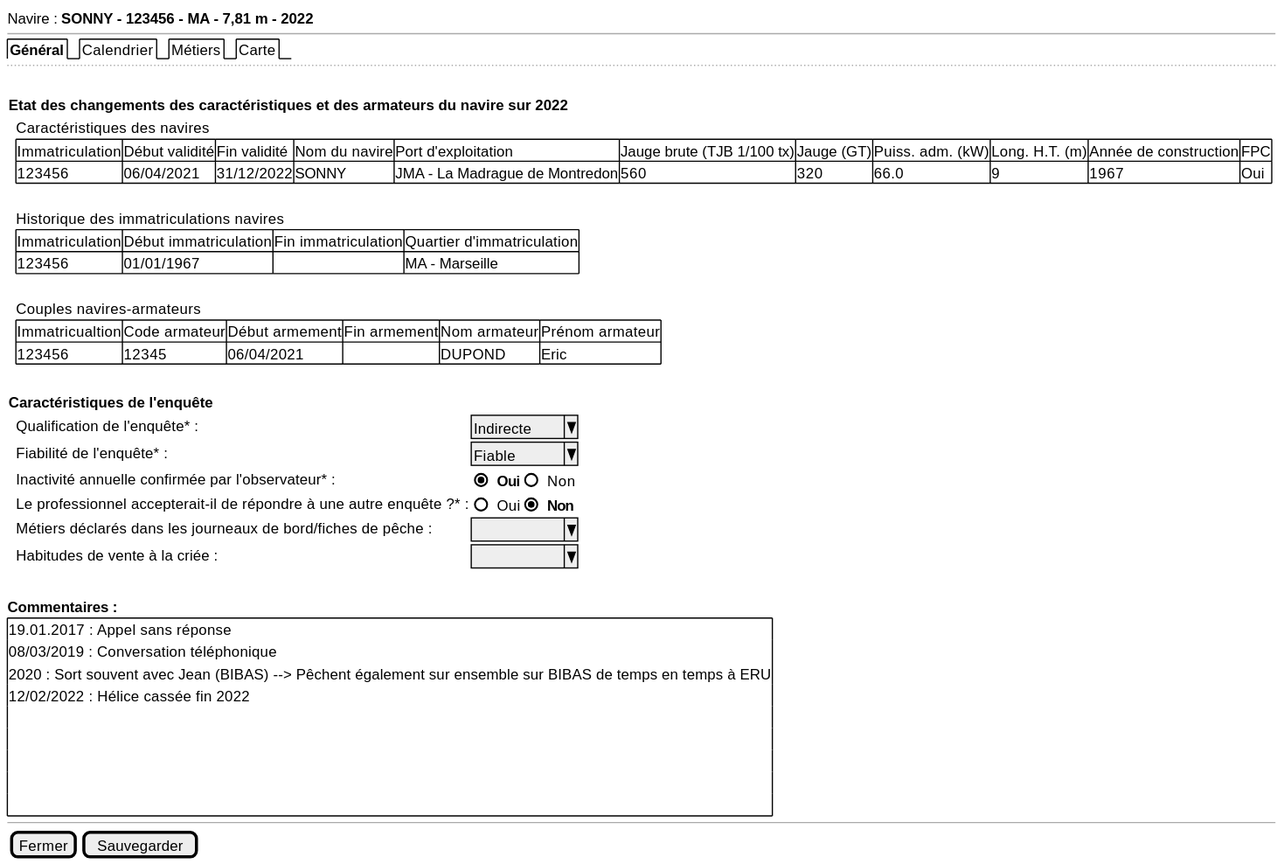
Above: projects/activity-calendar/spe/images/activity-calendar-new-general.svg in sumaris-net/sumaris-doc (PlantUML), before the change. Its diagram source:
```plantuml
@startsalt
{
  Navire : <b>SONNY - 123456 - MA - 7,81 m - 2022
  --
  {/ <b>Général | Calendrier | Métiers | Carte}
  ..
  .
  {
  <b>Etat des changements des caractéristiques et des armateurs du navire sur 2022
    {
    . | Caractéristiques des navires
    . | {# Immatriculation | Début validité | Fin validité | Nom du navire | Port d'exploitation | Jauge brute (TJB 1/100 tx) | Jauge (GT) | Puiss. adm. (kW) | Long. H.T. (m) | Année de construction | FPC
       123456 | 06/04/2021 | 31/12/2022 | SONNY | JMA - La Madrague de Montredon | 560 | 320 | 66.0 | 9 | 1967 | Oui}
    .

    . | Historique des immatriculations navires
    . | {# Immatriculation | Début immatriculation | Fin immatriculation | Quartier d'immatriculation
       123456 | 01/01/1967 | . | MA - Marseille}
    .

    . | Couples navires-armateurs
    . | {# Immatricualtion | Code armateur | Début armement | Fin armement | Nom armateur | Prénom armateur
       123456 | 12345 | 06/04/2021 | . | DUPOND | Eric}
    }
  }
  .

  {
  <b>Caractéristiques de l'enquête
     {
     . | Qualification de l'enquête* : | ^Indirecte^
     . | Fiabilité de l'enquête* : | ^Fiable   ^
     . | Inactivité annuelle confirmée par l'observateur* : | { (X) <b>Oui | () Non }
     . | Le professionnel accepterait-il de répondre à une autre enquête ?* : | { () Oui | (X) <b>Non }
     . | Métiers déclarés dans les journeaux de bord/fiches de pêche : | ^         ^
     . | Habitudes de vente à la criée : | ^         ^
     }
  }
  .
  <b>Commentaires :
       {+ 19.01.2017 : Appel sans réponse
          08/03/2019 : Conversation téléphonique
          2020 : Sort souvent avec Jean (BIBAS) --> Pêchent également sur ensemble sur BIBAS de temps en temps à ERU
          12/02/2022 : Hélice cassée fin 2022
          .
          .
          .
          .
          .
       }

  --
  { [Fermer] | [Sauvegarder] }
}
@endsalt
```
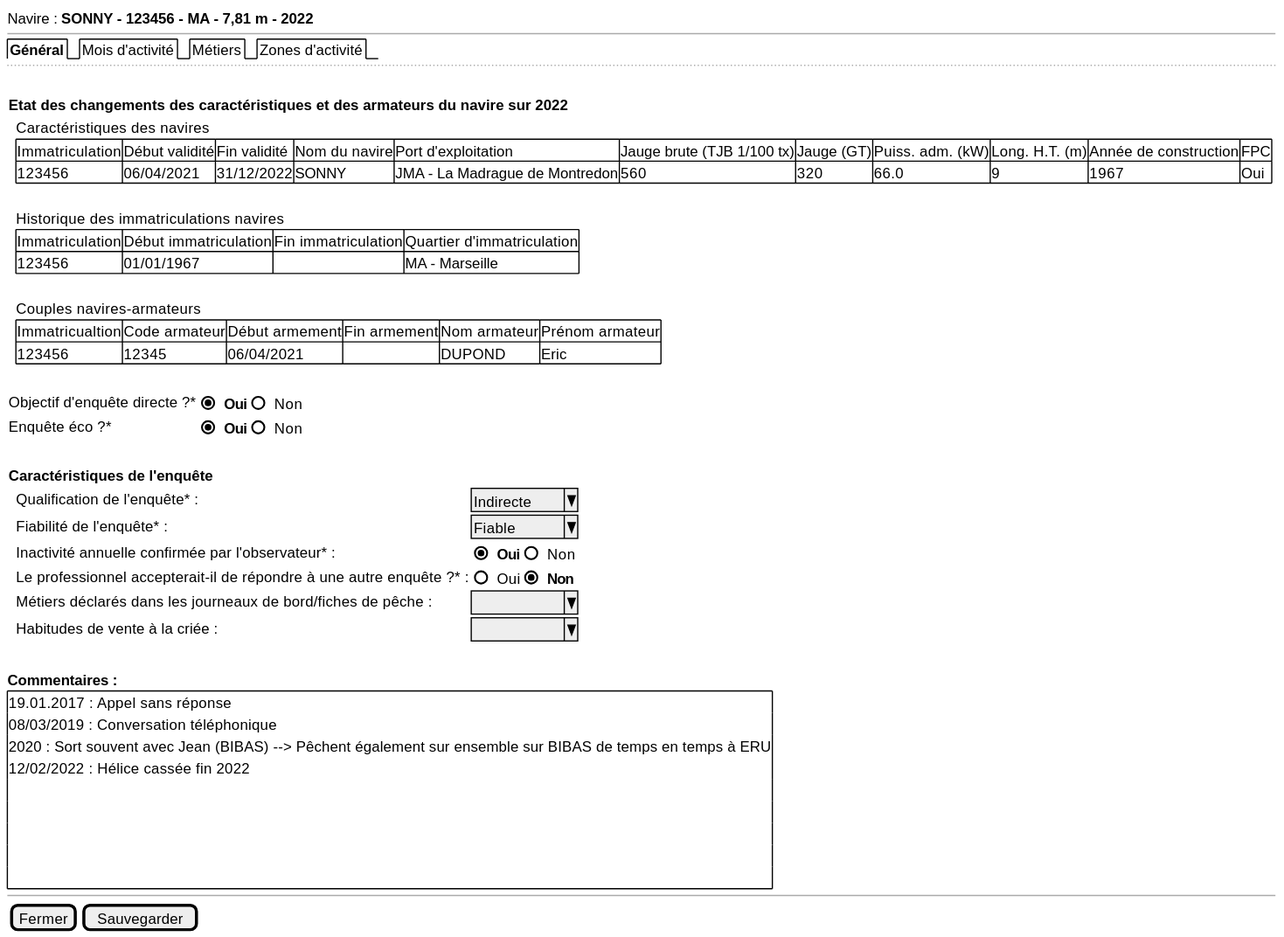
The same file after the commit.

Commit message:
MAJ pmfm métiers

Change to the diagram source:
```diff
@@ -2,7 +2,7 @@
 {
   Navire : <b>SONNY - 123456 - MA - 7,81 m - 2022
   --
-  {/ <b>Général | Calendrier | Métiers | Carte}
+  {/ <b>Général | Mois d'activité | Métiers | Zones d'activité}
   ..
   .
   {
@@ -24,7 +24,11 @@
     }
   }
   .
-
+  {
+    Objectif d'enquête directe ?* | { (X) <b>Oui | () Non }
+    Enquête éco ?* | { (X) <b>Oui | () Non }
+  }
+  .
   {
   <b>Caractéristiques de l'enquête
      {
```
